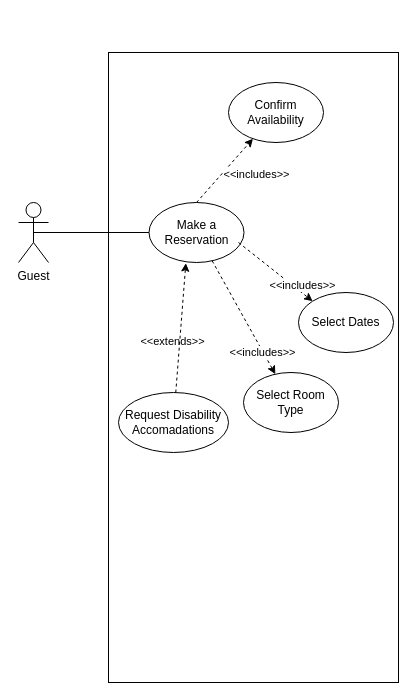
Above: Diagrams/UseCase/Reservation.drawio in mclhtay/CS4471 (draw.io), before the change. Source tidied: cells renumbered, new cells numbered last; positions are measured from the earlier drawing's top-left corner, leaving out a move shared by most shapes. Both pictures are drawn from the tidied source at 100%, with x=0, y=0 at pixel (18, 52).
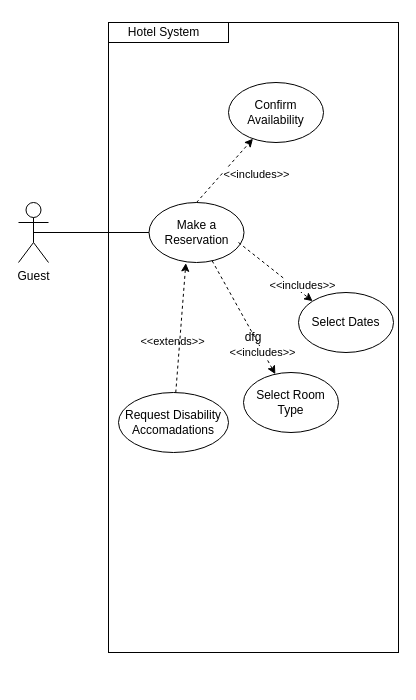
The same diagram, later.

Commit message:
added label to reservation diagram

The edit, as a diff of the source:
```diff
@@
+    <mxCell id="3" value="dfg" style="rounded=0;whiteSpace=wrap;html=1;" parent="1" vertex="1">
+      <mxGeometry x="90" y="-30" width="290" height="630" as="geometry" />
+    </mxCell>
+    <mxCell id="18" style="whiteSpace=wrap;html=1;" parent="1" vertex="1">
+      <mxGeometry x="90" y="-30" width="120" height="20" as="geometry" />
+    </mxCell>
@@
-    <mxCell id="3" style="rounded=0;whiteSpace=wrap;html=1;" parent="1" vertex="1">
-      <mxGeometry x="90" width="290" height="630" as="geometry" />
-    </mxCell>
@@
+    <mxCell id="19" value="Hotel System" style="text;html=1;align=center;verticalAlign=middle;strokeColor=none;fillColor=none;" parent="1" vertex="1">
+      <mxGeometry x="100" y="-35" width="90" height="30" as="geometry" />
+    </mxCell>
```
